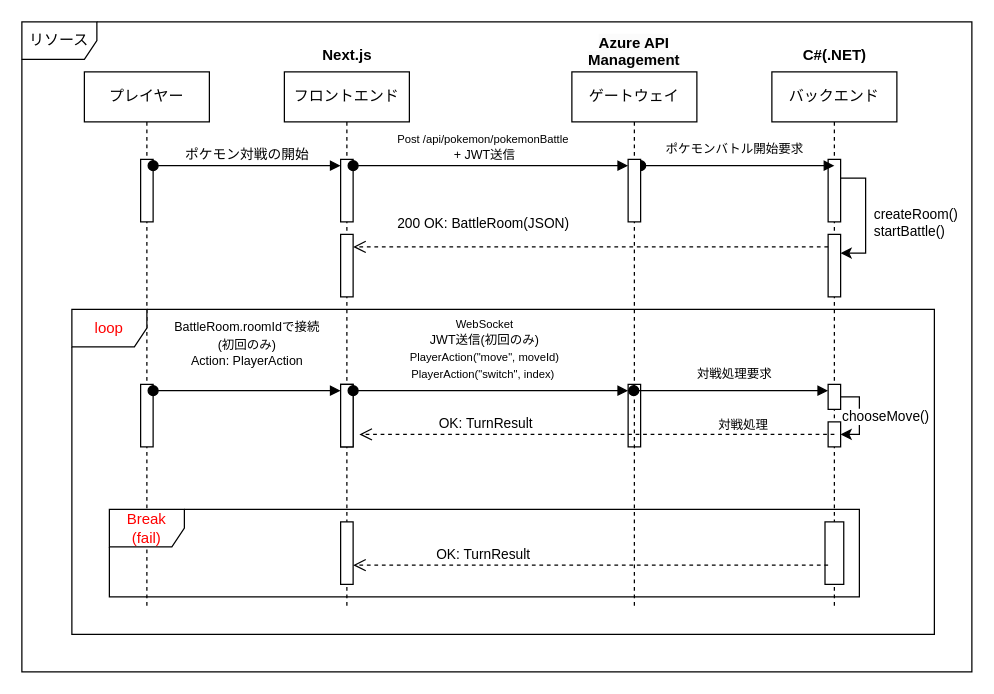
ayumu203/poke-clone-v3 keeps this draw.io diagram as page "CPU対戦" (4 of 4) of docs/UML/シーケンス図.drawio. Above is the earlier version. Source tidied: cells renumbered, new cells numbered last; positions are measured from the earlier drawing's top-left corner, leaving out a move shared by most shapes. Both pictures are drawn from the tidied source at 125%, with x=0, y=0 at pixel (21, 21).
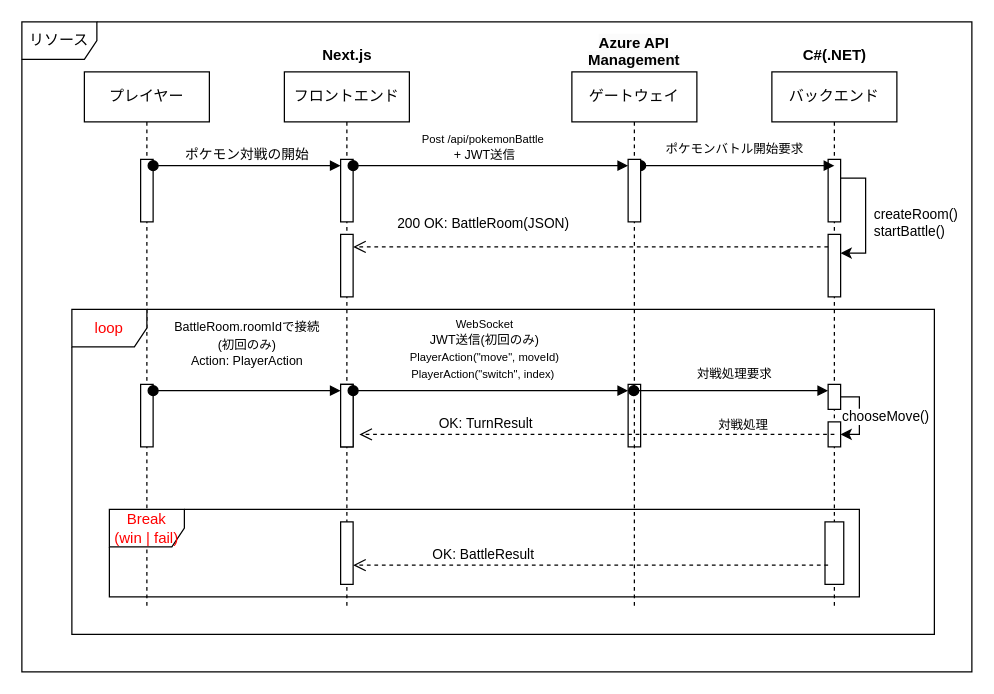
The same page after the edit.

Unchanged cells that the change refers to:
```xml
<mxCell id="9" value="バックエンド" style="shape=umlLifeline;perimeter=lifelinePerimeter;whiteSpace=wrap;html=1;newEdgeStyle={&quot;curved&quot;:0,&quot;rounded&quot;:0};" parent="1" vertex="1">
  <mxGeometry x="600" y="40" width="100" height="430" as="geometry" />
</mxCell>
<mxCell id="14" style="html=1;points=[[0,0,0,0,5],[0,1,0,0,-5],[1,0,0,0,5],[1,1,0,0,-5]];perimeter=orthogonalPerimeter;outlineConnect=0;targetShapes=umlLifeline;portConstraint=eastwest;newEdgeStyle={&quot;curved&quot;:0,&quot;rounded&quot;:0};" parent="9" vertex="1">
  <mxGeometry x="-345" y="70" width="10" height="50" as="geometry" />
</mxCell>
```

What changed in the source:
```diff
@@
-    <mxCell id="15" value="&lt;font style=&quot;font-size: 9px;&quot;&gt;Post /api/pokemon/pokemonBattle&amp;nbsp;&lt;/font&gt;&lt;div&gt;&lt;span style=&quot;font-size: x-small; background-color: light-dark(#ffffff, var(--ge-dark-color, #121212)); color: light-dark(rgb(0, 0, 0), rgb(255, 255, 255));&quot;&gt;+ JWT送信&lt;/span&gt;&lt;/div&gt;" style="html=1;verticalAlign=bottom;startArrow=oval;endArrow=block;startSize=8;curved=0;rounded=0;entryX=0;entryY=0;entryDx=0;entryDy=5;" parent="9" edge="1" source="14">
+    <mxCell id="15" value="&lt;font style=&quot;font-size: 9px;&quot;&gt;Post /api/pokemonBattle&amp;nbsp;&lt;/font&gt;&lt;div&gt;&lt;span style=&quot;font-size: x-small; background-color: light-dark(#ffffff, var(--ge-dark-color, #121212)); color: light-dark(rgb(0, 0, 0), rgb(255, 255, 255));&quot;&gt;+ JWT送信&lt;/span&gt;&lt;/div&gt;" style="html=1;verticalAlign=bottom;startArrow=oval;endArrow=block;startSize=8;curved=0;rounded=0;entryX=0;entryY=0;entryDx=0;entryDy=5;" parent="9" edge="1" source="14">
       <mxGeometry x="-0.05" relative="1" as="geometry">
         <mxPoint x="-115" y="75" as="targetPoint" />
         <Array as="points">
           <mxPoint x="-190" y="75" />
         </Array>
       </mxGeometry>
     </mxCell>
@@
-    <mxCell id="37" value="&lt;font style=&quot;color: rgb(255, 0, 0);&quot;&gt;Break&lt;/font&gt;&lt;div&gt;&lt;font style=&quot;color: rgb(255, 0, 0);&quot;&gt;(fail)&lt;/font&gt;&lt;/div&gt;" style="shape=umlFrame;whiteSpace=wrap;html=1;" parent="1" vertex="1">
+    <mxCell id="37" value="&lt;font style=&quot;color: rgb(255, 0, 0);&quot;&gt;Break&lt;/font&gt;&lt;div&gt;&lt;font style=&quot;color: rgb(255, 0, 0);&quot;&gt;(win | fail)&lt;/font&gt;&lt;/div&gt;" style="shape=umlFrame;whiteSpace=wrap;html=1;" parent="1" vertex="1">
       <mxGeometry x="70" y="390" width="600" height="70" as="geometry" />
     </mxCell>
@@
-    <mxCell id="40" value="OK: TurnResult" style="html=1;verticalAlign=bottom;endArrow=open;dashed=1;endSize=8;curved=0;rounded=0;" parent="1" edge="1">
+    <mxCell id="40" value="OK: BattleResult" style="html=1;verticalAlign=bottom;endArrow=open;dashed=1;endSize=8;curved=0;rounded=0;" parent="1" edge="1">
       <mxGeometry x="0.45" relative="1" as="geometry">
         <mxPoint x="645" y="434.6" as="sourcePoint" />
         <mxPoint x="265" y="434.6" as="targetPoint" />
       </mxGeometry>
     </mxCell>
```
